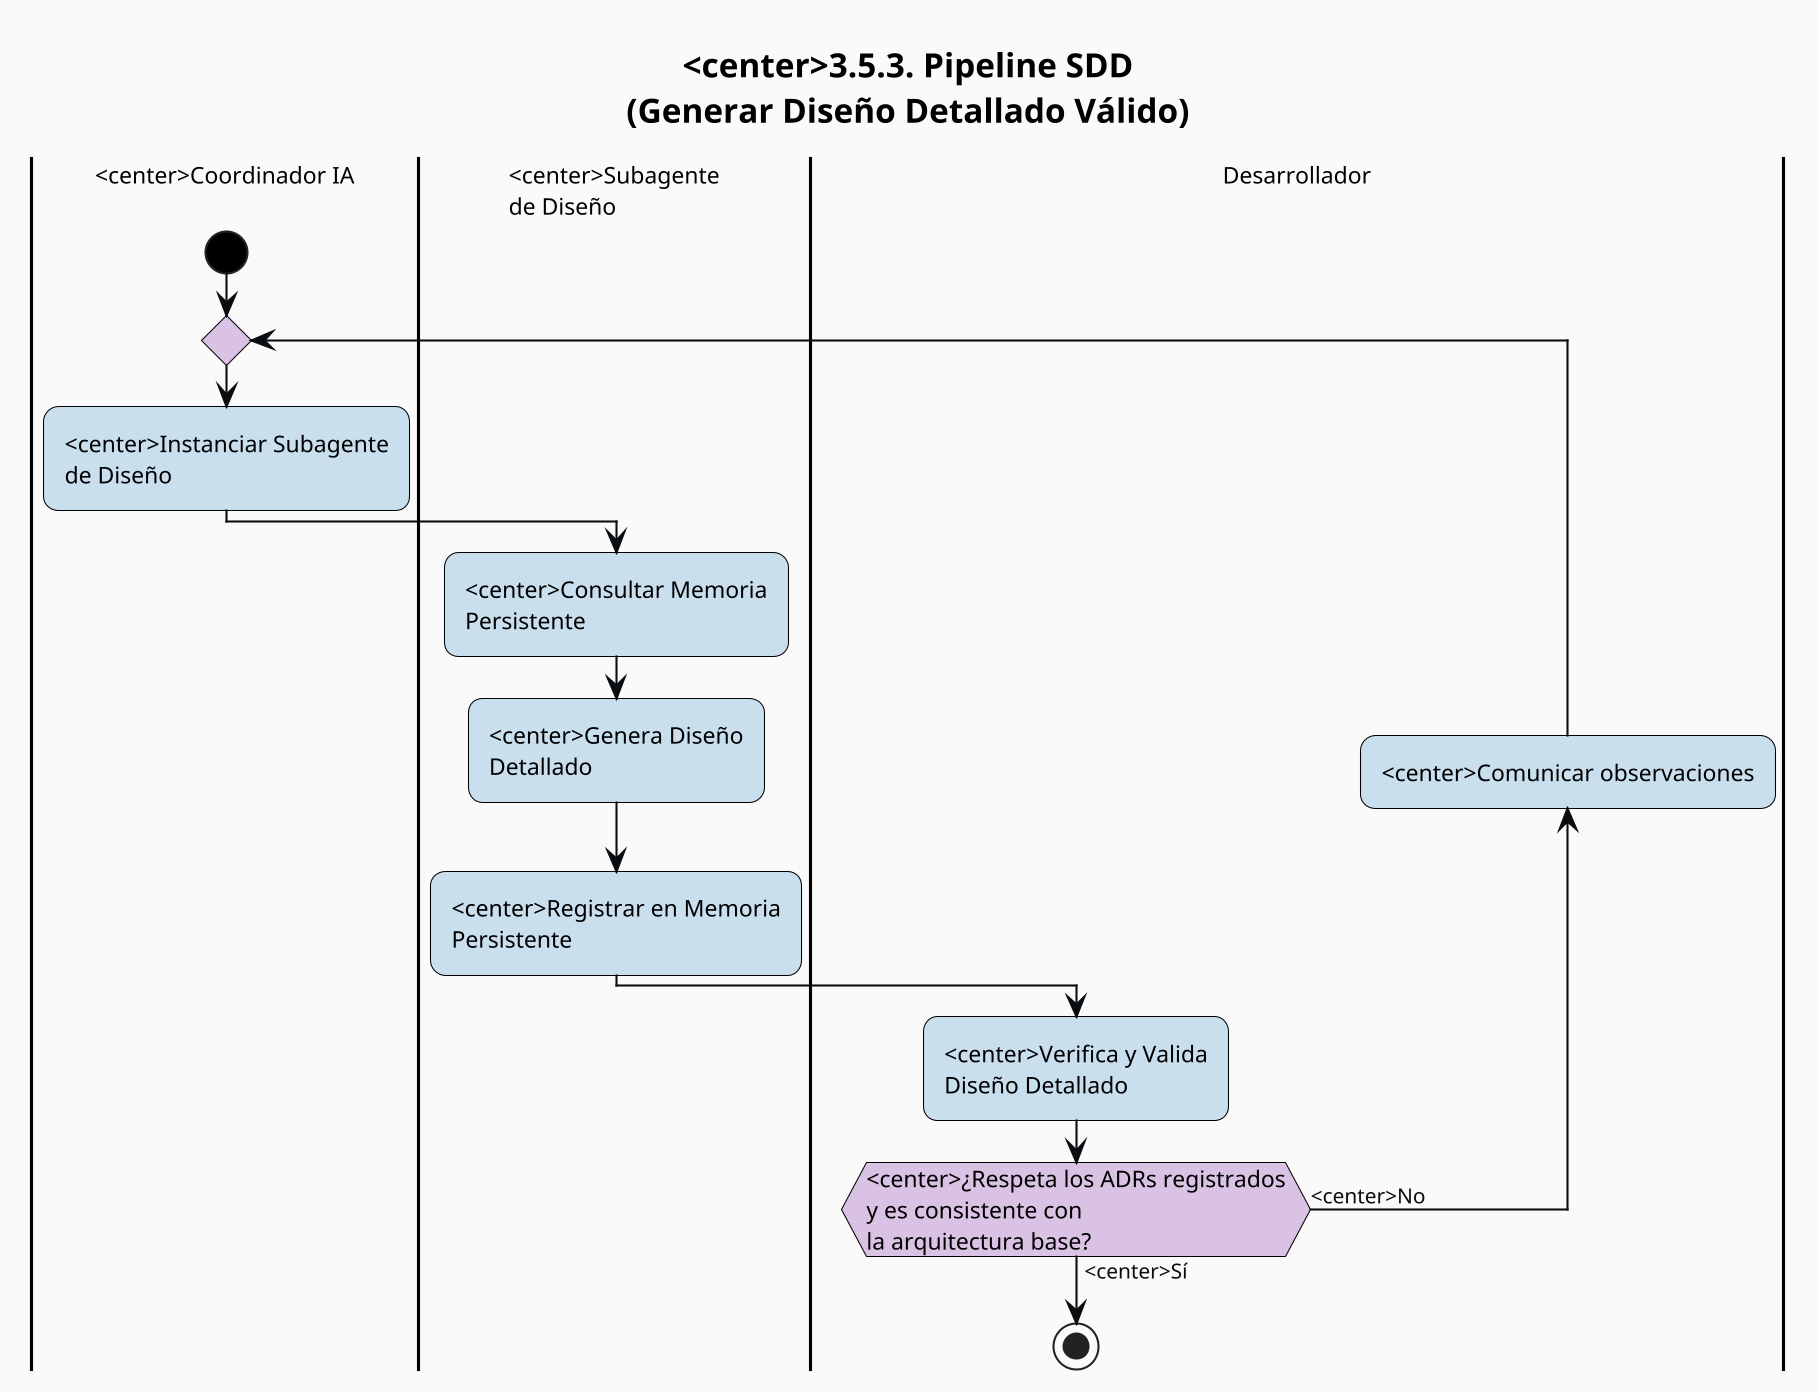
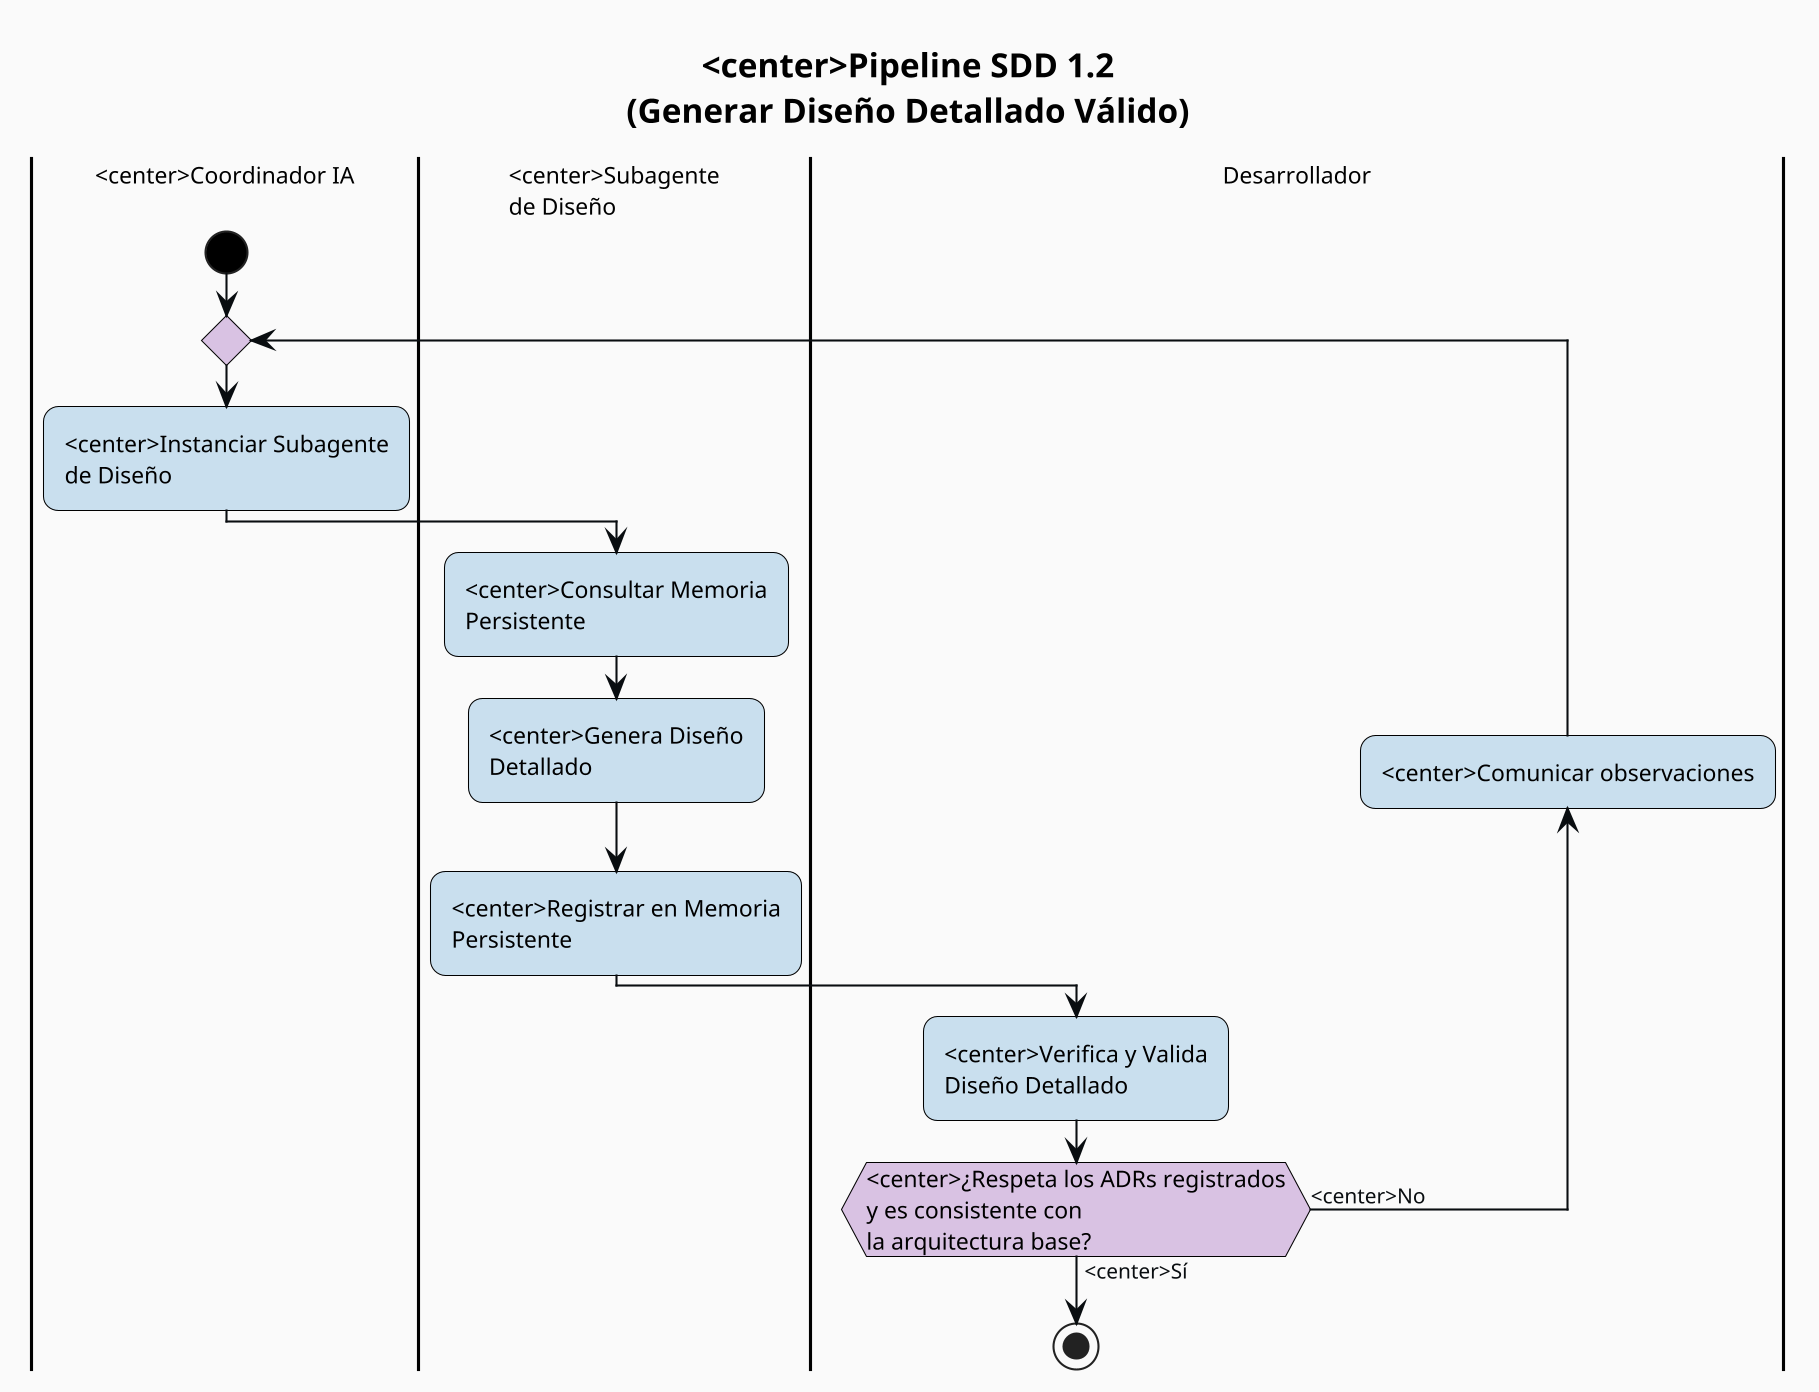
@startuml
skinparam dpi 200
- title <center>3.5.3. Pipeline SDD\n(Generar Diseño Detallado Válido)
+ title <center>Pipeline SDD 1.2\n(Generar Diseño Detallado Válido)

' === Modern soft theme ===
skinparam backgroundColor #FAFAFA
skinparam defaultFontName Helvetica
skinparam defaultFontSize 11
skinparam titleFontSize 16
skinparam titleFontStyle bold
skinparam shadowing false
skinparam roundCorner 14
skinparam linetype polyline

skinparam activity {
    BackgroundColor       #C9DFEE
    BorderColor           #000000
    FontColor             #000000
    FontName              Helvetica
    FontSize              11
    DiamondBackgroundColor #D9C2E3
    DiamondBorderColor    #000000
    DiamondFontColor      #000000
    StartColor            #000000
    EndColor              #000000
    BarColor              #000000
}

skinparam partition {
    BackgroundColor #FFFFFF
    BorderColor     #C9C9BE
    FontColor       #4A4A48
    FontStyle       bold
    FontSize        12
}

skinparam arrow {
    Color     #090D10
    FontColor #090D10
    FontSize  10
    Thickness 1
}

skinparam note {
    BackgroundColor #FFF8E1
    BorderColor     #C9B05E
    FontColor       #3A2E0A
}

!define Coo <center>Coordinador IA
!define SubDis <center>Subagente\nde Diseño

|Coo|
|SubDis|

|Coo|
start

repeat
    :<center>Instanciar Subagente\nde Diseño;
    |SubDis|
    :<center>Consultar Memoria\nPersistente;
    :<center>Genera Diseño\nDetallado;
    :<center>Registrar en Memoria\nPersistente;
    |Desarrollador|
    :<center>Verifica y Valida\nDiseño Detallado;
    backward :<center>Comunicar observaciones;
repeat while (<center>¿Respeta los ADRs registrados\ny es consistente con\nla arquitectura base?) is (<center>No) not (<center>Sí)

stop
@enduml